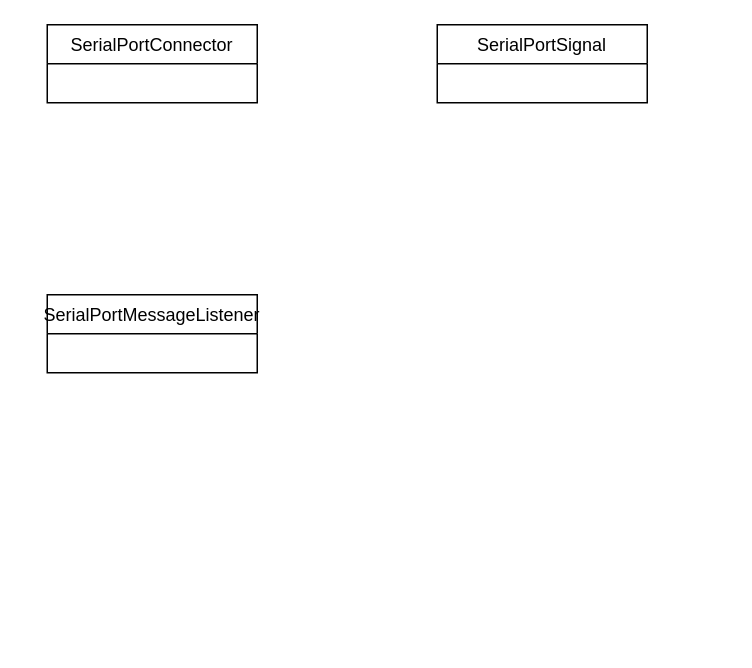
xingkong083/tutorial keeps this draw.io diagram as 未命名绘图.drawio. Above is the earlier version. Source tidied: cells renumbered, new cells numbered last; positions are measured from the earlier drawing's top-left corner, leaving out a move shared by most shapes. Both pictures are drawn from the tidied source at 150%, with x=0, y=0 at pixel (46, 24).
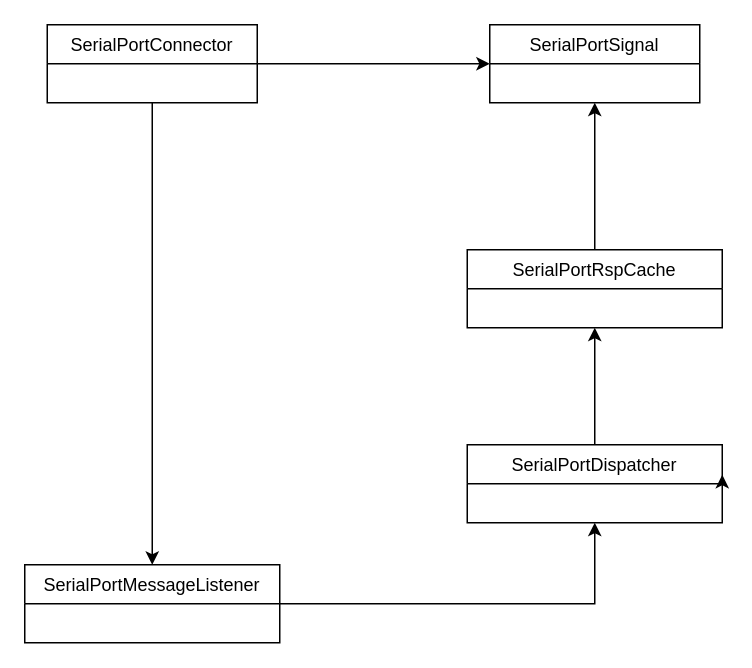
After the change.

Commit message (it also covers changes not shown here):
更新未命名绘图.drawio

What changed in the source:
```diff
@@
 <mxGraphModel>
   <root>
     <mxCell id="0" />
     <mxCell id="1" parent="0" />
+    <mxCell id="5" style="edgeStyle=orthogonalEdgeStyle;rounded=0;jettySize=auto;html=1;exitX=0.5;exitY=1;exitDx=0;exitDy=0;" parent="1" edge="1" source="2" target="4">
+      <mxGeometry relative="1" as="geometry" />
+    </mxCell>
+    <mxCell id="6" style="edgeStyle=orthogonalEdgeStyle;rounded=0;jettySize=auto;html=1;exitX=1;exitY=0.5;exitDx=0;exitDy=0;" parent="1" edge="1" source="2" target="3">
+      <mxGeometry relative="1" as="geometry" />
+    </mxCell>
     <mxCell id="2" value="SerialPortConnector" style="swimlane;fontStyle=0;horizontal=1;startSize=26;fillColor=none;" parent="1" vertex="1">
       <mxGeometry width="140" height="52" as="geometry" />
     </mxCell>
     <mxCell id="3" value="SerialPortSignal" style="swimlane;fontStyle=0;horizontal=1;startSize=26;fillColor=none;" parent="1" vertex="1">
-      <mxGeometry x="260" width="140" height="52" as="geometry" />
+      <mxGeometry x="295" width="140" height="52" as="geometry" />
     </mxCell>
+    <mxCell id="7" style="edgeStyle=orthogonalEdgeStyle;rounded=0;jettySize=auto;html=1;exitX=1;exitY=0.5;exitDx=0;exitDy=0;" parent="1" edge="1" source="4" target="9">
+      <mxGeometry relative="1" as="geometry" />
+    </mxCell>
     <mxCell id="4" value="SerialPortMessageListener" style="swimlane;fontStyle=0;horizontal=1;startSize=26;fillColor=none;" parent="1" vertex="1">
-      <mxGeometry y="180" width="140" height="52" as="geometry" />
+      <mxGeometry x="-15" y="360" width="170" height="52" as="geometry" />
     </mxCell>
+    <mxCell id="8" style="edgeStyle=orthogonalEdgeStyle;rounded=0;jettySize=auto;html=1;exitX=0.5;exitY=0;exitDx=0;exitDy=0;entryX=0.5;entryY=1;entryDx=0;entryDy=0;" parent="1" edge="1" source="9" target="11">
+      <mxGeometry relative="1" as="geometry" />
+    </mxCell>
+    <mxCell id="9" value="SerialPortDispatcher" style="swimlane;fontStyle=0;horizontal=1;startSize=26;fillColor=none;" parent="1" vertex="1">
+      <mxGeometry x="280" y="280" width="170" height="52" as="geometry" />
+    </mxCell>
+    <mxCell id="10" style="edgeStyle=orthogonalEdgeStyle;rounded=0;jettySize=auto;html=1;exitX=0.5;exitY=0;exitDx=0;exitDy=0;entryX=0.5;entryY=1;entryDx=0;entryDy=0;" parent="1" edge="1" source="11" target="3">
+      <mxGeometry relative="1" as="geometry" />
+    </mxCell>
+    <mxCell id="11" value="SerialPortRspCache" style="swimlane;fontStyle=0;horizontal=1;startSize=26;fillColor=none;" parent="1" vertex="1">
+      <mxGeometry x="280" y="150" width="170" height="52" as="geometry" />
+    </mxCell>
+    <mxCell id="12" style="edgeStyle=orthogonalEdgeStyle;rounded=0;orthogonalLoop=1;jettySize=auto;html=1;exitX=1;exitY=0.5;exitDx=0;exitDy=0;entryX=1;entryY=0.385;entryDx=0;entryDy=0;entryPerimeter=0;" parent="1" edge="1" source="9" target="9">
+      <mxGeometry relative="1" as="geometry" />
+    </mxCell>
   </root>
 </mxGraphModel>
```
